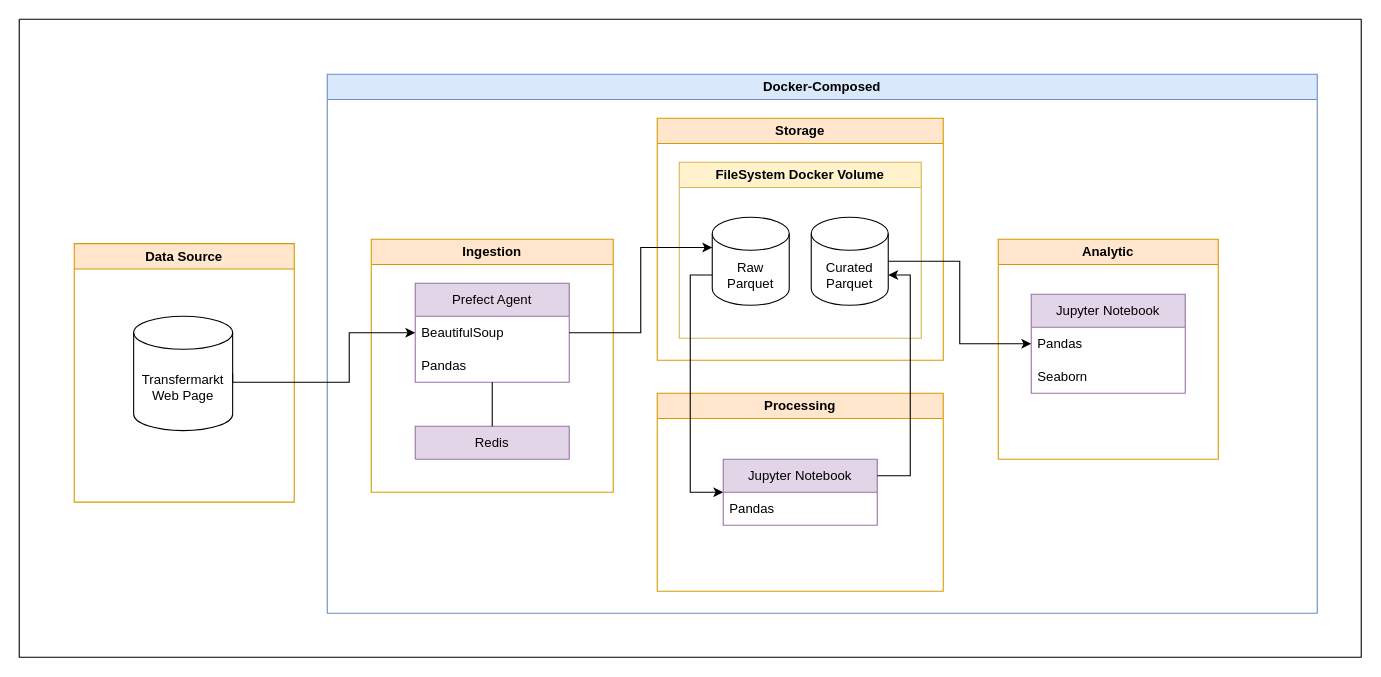
This is docs/diagrams/transfermarkt-prefect-architecture.drawio from dendihandian/transfermarkt-prefect, a draw.io file, before an edit. Source tidied: cells renumbered, new cells numbered last; positions are measured from the earlier drawing's top-left corner, leaving out a move shared by most shapes. Both pictures are drawn from the tidied source at 110%, with x=0, y=0 at pixel (19, 19).
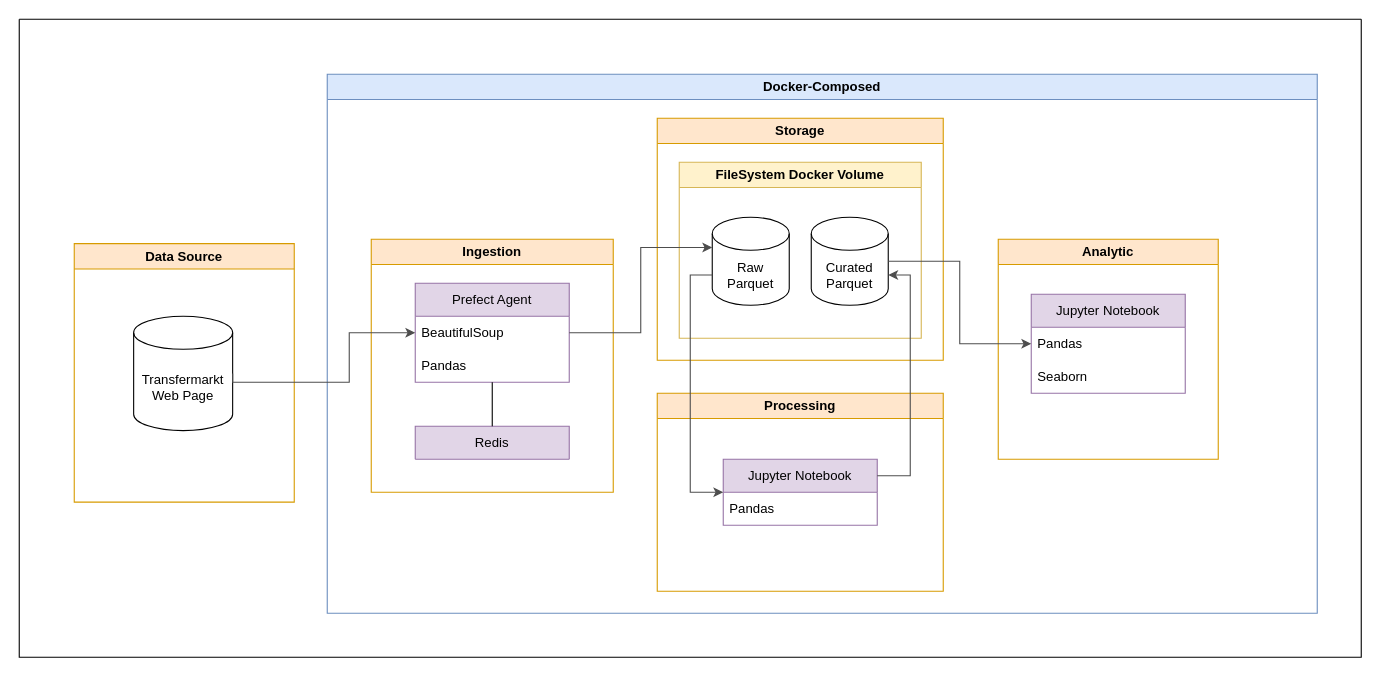
The same diagram, later.

The change refers to these unchanged cells:
```xml
<mxCell id="2" style="swimlane;startSize=0;" parent="1" vertex="1">
  <mxGeometry width="1220" height="580" as="geometry" />
</mxCell>
<mxCell id="3" value="Docker-Composed" style="swimlane;whiteSpace=wrap;html=1;fillColor=#dae8fc;strokeColor=#6c8ebf;" parent="2" vertex="1">
  <mxGeometry x="280" y="50" width="900" height="490" as="geometry" />
</mxCell>
<mxCell id="5" value="Prefect Agent" style="swimlane;fontStyle=0;horizontal=1;startSize=30;whiteSpace=wrap;html=1;fillColor=#e1d5e7;strokeColor=#9673a6;" parent="4" vertex="1">
  <mxGeometry x="40" y="40" width="140" height="90" as="geometry" />
</mxCell>
<mxCell id="12" value="Raw Parquet" style="shape=cylinder3;whiteSpace=wrap;html=1;boundedLbl=1;backgroundOutline=1;size=15;" parent="11" vertex="1">
  <mxGeometry x="30" y="50" width="70" height="80" as="geometry" />
</mxCell>
<mxCell id="13" value="Curated Parquet" style="shape=cylinder3;whiteSpace=wrap;html=1;boundedLbl=1;backgroundOutline=1;size=15;" parent="11" vertex="1">
  <mxGeometry x="120" y="50" width="70" height="80" as="geometry" />
</mxCell>
<mxCell id="16" value="Jupyter Notebook" style="swimlane;fontStyle=0;horizontal=1;startSize=30;whiteSpace=wrap;html=1;fillColor=#e1d5e7;strokeColor=#9673a6;" parent="15" vertex="1">
  <mxGeometry x="60" y="60" width="140" height="60" as="geometry" />
</mxCell>
<mxCell id="21" value="Jupyter Notebook" style="swimlane;fontStyle=0;horizontal=1;startSize=30;whiteSpace=wrap;html=1;fillColor=#e1d5e7;strokeColor=#9673a6;" parent="20" vertex="1">
  <mxGeometry x="30" y="50" width="140" height="90" as="geometry" />
</mxCell>
<mxCell id="26" value="Transfermarkt Web Page" style="shape=cylinder3;whiteSpace=wrap;html=1;boundedLbl=1;backgroundOutline=1;size=15;" parent="25" vertex="1">
  <mxGeometry x="54" y="66" width="90" height="104" as="geometry" />
</mxCell>
```

What changed in the source:
```diff
@@
-    <mxCell id="14" style="edgeStyle=orthogonalEdgeStyle;rounded=0;jettySize=auto;html=1;exitX=1;exitY=0.5;exitDx=0;exitDy=0;entryX=0;entryY=0;entryDx=0;entryDy=27.5;entryPerimeter=0;" parent="3" edge="1" source="5" target="12">
+    <mxCell id="14" style="edgeStyle=orthogonalEdgeStyle;rounded=0;jettySize=auto;html=1;exitX=1;exitY=0.5;exitDx=0;exitDy=0;entryX=0;entryY=0;entryDx=0;entryDy=27.5;entryPerimeter=0;strokeColor=#4D4D4D;" parent="3" edge="1" source="5" target="12">
       <mxGeometry relative="1" as="geometry" />
     </mxCell>
@@
-    <mxCell id="18" style="edgeStyle=orthogonalEdgeStyle;rounded=0;jettySize=auto;html=1;exitX=0;exitY=0;exitDx=0;exitDy=52.5;exitPerimeter=0;entryX=0;entryY=0.5;entryDx=0;entryDy=0;" parent="3" edge="1" source="12" target="16">
+    <mxCell id="18" style="edgeStyle=orthogonalEdgeStyle;rounded=0;jettySize=auto;html=1;exitX=0;exitY=0;exitDx=0;exitDy=52.5;exitPerimeter=0;entryX=0;entryY=0.5;entryDx=0;entryDy=0;strokeColor=#4D4D4D;" parent="3" edge="1" source="12" target="16">
       <mxGeometry relative="1" as="geometry" />
     </mxCell>
-    <mxCell id="19" style="edgeStyle=orthogonalEdgeStyle;rounded=0;jettySize=auto;html=1;exitX=1;exitY=0.25;exitDx=0;exitDy=0;entryX=1;entryY=0;entryDx=0;entryDy=52.5;entryPerimeter=0;" parent="3" edge="1" source="16" target="13">
+    <mxCell id="19" style="edgeStyle=orthogonalEdgeStyle;rounded=0;jettySize=auto;html=1;exitX=1;exitY=0.25;exitDx=0;exitDy=0;entryX=1;entryY=0;entryDx=0;entryDy=52.5;entryPerimeter=0;strokeColor=#4D4D4D;" parent="3" edge="1" source="16" target="13">
       <mxGeometry relative="1" as="geometry" />
     </mxCell>
@@
-    <mxCell id="24" style="edgeStyle=orthogonalEdgeStyle;rounded=0;jettySize=auto;html=1;exitX=1;exitY=0.5;exitDx=0;exitDy=0;exitPerimeter=0;entryX=0;entryY=0.5;entryDx=0;entryDy=0;" parent="3" edge="1" source="13" target="21">
+    <mxCell id="24" style="edgeStyle=orthogonalEdgeStyle;rounded=0;jettySize=auto;html=1;exitX=1;exitY=0.5;exitDx=0;exitDy=0;exitPerimeter=0;entryX=0;entryY=0.5;entryDx=0;entryDy=0;strokeColor=#4D4D4D;" parent="3" edge="1" source="13" target="21">
       <mxGeometry relative="1" as="geometry" />
     </mxCell>
@@
-    <mxCell id="27" style="edgeStyle=orthogonalEdgeStyle;rounded=0;jettySize=auto;html=1;exitX=1;exitY=0.5;exitDx=0;exitDy=0;entryX=0;entryY=0.5;entryDx=0;entryDy=0;exitPerimeter=0;" parent="2" edge="1" source="26" target="5">
+    <mxCell id="27" style="edgeStyle=orthogonalEdgeStyle;rounded=0;jettySize=auto;html=1;exitX=1;exitY=0.5;exitDx=0;exitDy=0;entryX=0;entryY=0.5;entryDx=0;entryDy=0;exitPerimeter=0;strokeColor=#4D4D4D;" parent="2" edge="1" source="26" target="5">
       <mxGeometry relative="1" as="geometry">
         <Array as="points">
           <mxPoint x="194" y="330" />
           <mxPoint x="300" y="330" />
           <mxPoint x="300" y="285" />
         </Array>
       </mxGeometry>
     </mxCell>
```
